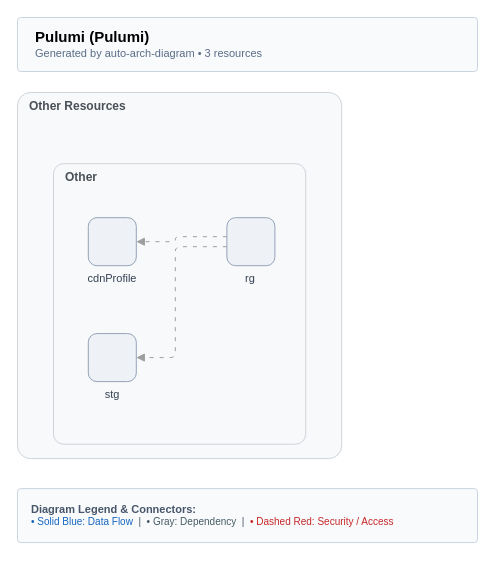
Before: examples/serverless-website/azure/pulumi/architecture-diagram.drawio in suryakumaran2611/auto-arch-diagram, a draw.io diagram. Source tidied: cells renumbered, new cells numbered last; positions are measured from the earlier drawing's top-left corner, leaving out a move shared by most shapes. Both pictures are drawn from the tidied source at 100%, with x=0, y=0 at pixel (17, 17).
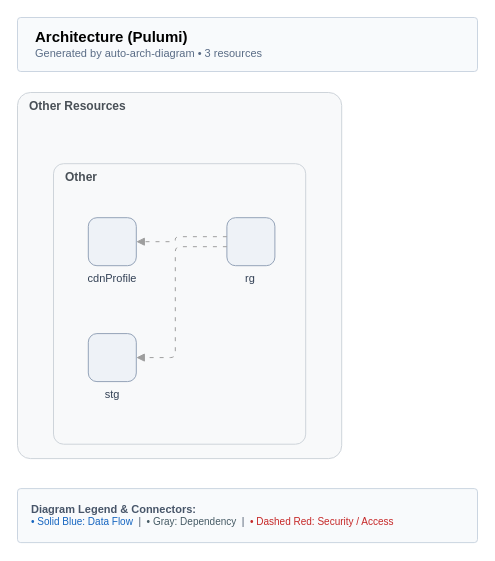
Above is the later version.

Change to the diagram source:
```diff
@@
 <mxGraphModel background="#FFFFFF">
   <root>
     <mxCell id="0" />
     <mxCell id="1" parent="0" />
-    <mxCell id="2" value="&lt;b style='font-size:15px;'&gt;Pulumi (Pulumi)&lt;/b&gt;&lt;br/&gt;&lt;span style='font-size:11px;color:#5A6C86;'&gt;Generated by auto-arch-diagram &amp;bull; 3 resources&lt;/span&gt;" style="rounded=1;whiteSpace=wrap;html=1;arcSize=6;fillColor=#F8FAFC;strokeColor=#CBD5E1;strokeWidth=1;align=left;spacingLeft=16;verticalAlign=middle;" parent="1" vertex="1">
+    <mxCell id="2" value="&lt;b style='font-size:15px;'&gt;Architecture (Pulumi)&lt;/b&gt;&lt;br/&gt;&lt;span style='font-size:11px;color:#5A6C86;'&gt;Generated by auto-arch-diagram &amp;bull; 3 resources&lt;/span&gt;" style="rounded=1;whiteSpace=wrap;html=1;arcSize=6;fillColor=#F8FAFC;strokeColor=#CBD5E1;strokeWidth=1;align=left;spacingLeft=16;verticalAlign=middle;" parent="1" vertex="1">
       <mxGeometry width="460" height="54" as="geometry" />
     </mxCell>
     <mxCell id="3" value="Other Resources" style="rounded=1;whiteSpace=wrap;html=1;arcSize=4;verticalAlign=top;align=left;spacingLeft=10;fontSize=12;fontStyle=1;fillColor=#F8F9FA;strokeColor=#CED4DA;fontColor=#495057;" parent="1" vertex="1">
       <mxGeometry y="75" width="324.2" height="366.1" as="geometry" />
     </mxCell>
     <mxCell id="4" value="Other" style="rounded=1;whiteSpace=wrap;html=1;arcSize=4;verticalAlign=top;align=left;spacingLeft=10;fontSize=12;fontStyle=1;fillColor=#F8F9FA;strokeColor=#CED4DA;fontColor=#495057;" parent="3" vertex="1">
       <mxGeometry x="36" y="71.2" width="252.2" height="280.5" as="geometry" />
     </mxCell>
     <mxCell id="5" value="cdnProfile" style="rounded=1;whiteSpace=wrap;html=1;arcSize=18;fillColor=#EEF2F7;strokeColor=#94A3B8;verticalLabelPosition=bottom;verticalAlign=top;fontSize=11;fontColor=#334155;" parent="4" vertex="1">
       <mxGeometry x="34.8" y="54" width="48" height="48" as="geometry" />
     </mxCell>
     <mxCell id="6" value="rg" style="rounded=1;whiteSpace=wrap;html=1;arcSize=18;fillColor=#EEF2F7;strokeColor=#94A3B8;verticalLabelPosition=bottom;verticalAlign=top;fontSize=11;fontColor=#334155;" parent="4" vertex="1">
       <mxGeometry x="173.4" y="54" width="48" height="48" as="geometry" />
     </mxCell>
     <mxCell id="7" value="stg" style="rounded=1;whiteSpace=wrap;html=1;arcSize=18;fillColor=#EEF2F7;strokeColor=#94A3B8;verticalLabelPosition=bottom;verticalAlign=top;fontSize=11;fontColor=#334155;" parent="4" vertex="1">
       <mxGeometry x="34.8" y="169.9" width="48" height="48" as="geometry" />
     </mxCell>
     <mxCell id="8" value="&lt;b style='font-size:11px;'&gt;Diagram Legend &amp;amp; Connectors:&lt;/b&gt;&lt;br/&gt;&lt;span style='color:#1565C0;'&gt;&amp;bull; Solid Blue: Data Flow&lt;/span&gt; &amp;nbsp;|&amp;nbsp; &lt;span style='color:#455A64;'&gt;&amp;bull; Gray: Dependency&lt;/span&gt; &amp;nbsp;|&amp;nbsp; &lt;span style='color:#C62828;'&gt;&amp;bull; Dashed Red: Security / Access&lt;/span&gt;" style="rounded=1;whiteSpace=wrap;html=1;arcSize=6;fillColor=#F8FAFC;strokeColor=#CBD5E1;strokeWidth=1;fontSize=10;fontColor=#475569;align=left;spacingLeft=12;spacingRight=12;verticalAlign=middle;" parent="1" vertex="1">
       <mxGeometry y="471.1" width="460" height="54" as="geometry" />
     </mxCell>
     <mxCell id="9" style="edgeStyle=orthogonalEdgeStyle;rounded=1;arcSize=10;html=1;jettySize=auto;curved=0;jumpStyle=arc;jumpSize=6;strokeColor=#9E9E9E;strokeWidth=1.0;dashed=1;dashPattern=4 6;fixDash=1;endArrow=block;endFill=1;endArrowSize=5;exitX=0;exitY=0.5;exitDx=0;exitDy=-5;entryX=1;entryY=0.5;entryDx=0;entryDy=0;" parent="1" edge="1" source="6" target="5">
       <mxGeometry relative="1" as="geometry">
         <Array as="points">
           <mxPoint x="157.8" y="219.2" />
           <mxPoint x="157.8" y="224.2" />
         </Array>
       </mxGeometry>
     </mxCell>
     <mxCell id="10" style="edgeStyle=orthogonalEdgeStyle;rounded=1;arcSize=10;html=1;jettySize=auto;curved=0;jumpStyle=arc;jumpSize=6;strokeColor=#9E9E9E;strokeWidth=1.0;dashed=1;dashPattern=4 6;fixDash=1;endArrow=block;endFill=1;endArrowSize=5;exitX=0;exitY=0.5;exitDx=0;exitDy=5;entryX=1;entryY=0.5;entryDx=0;entryDy=0;" parent="1" edge="1" source="6" target="7">
       <mxGeometry relative="1" as="geometry">
         <Array as="points">
           <mxPoint x="157.8" y="229.2" />
           <mxPoint x="157.8" y="340.1" />
         </Array>
       </mxGeometry>
     </mxCell>
   </root>
 </mxGraphModel>
```
